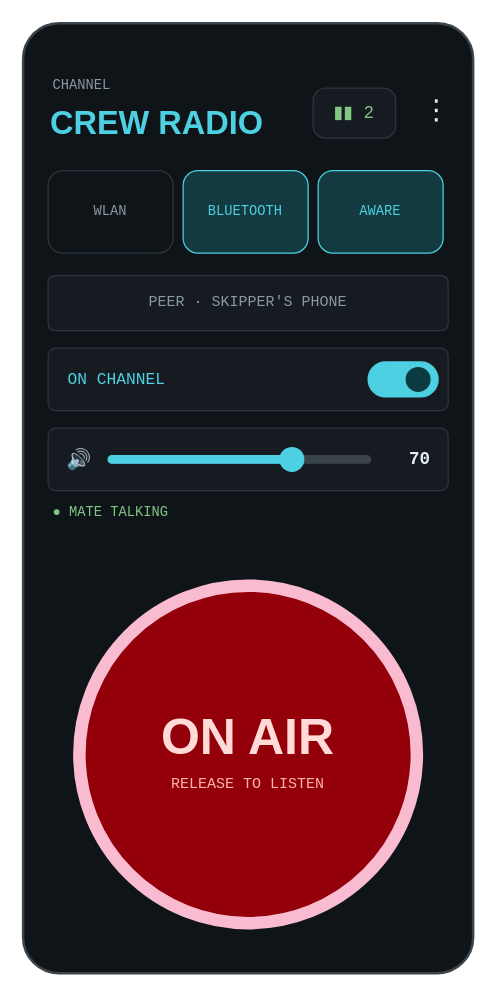
This is docs/diagrams/screen-on-air.drawio from KEGustafsson/android-push-to-talk, a draw.io file, before an edit. Source tidied: cells renumbered, new cells numbered last; positions are measured from the earlier drawing's top-left corner, leaving out a move shared by most shapes. Both pictures are drawn from the tidied source at 125%, with x=0, y=0 at pixel (22, 22).
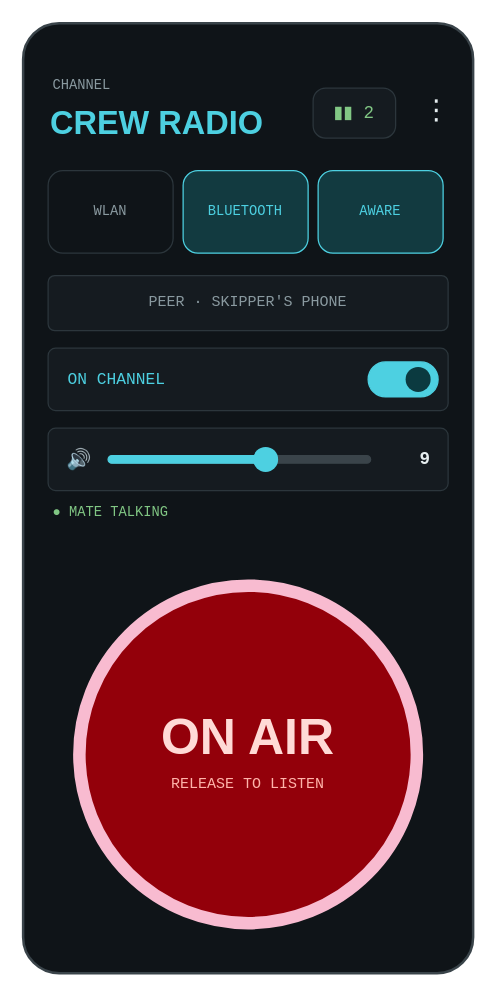
The same page after the edit.

Diff of the diagram source:
```diff
@@
     <mxCell id="18" style="rounded=1;arcSize=50;whiteSpace=wrap;html=1;fillColor=#4DD0E1;strokeColor=#4DD0E1;strokeWidth=1;fontSize=12;fontColor=#E6EEF0;fontFamily=Courier New;" parent="1" vertex="1">
-      <mxGeometry x="68" y="346" width="147" height="6" as="geometry" />
+      <mxGeometry x="68" y="346" width="126" height="6" as="geometry" />
     </mxCell>
     <mxCell id="19" style="ellipse;whiteSpace=wrap;html=1;fillColor=#4DD0E1;strokeColor=none;" parent="1" vertex="1">
-      <mxGeometry x="205" y="339" width="20" height="20" as="geometry" />
+      <mxGeometry x="184" y="339" width="20" height="20" as="geometry" />
     </mxCell>
-    <mxCell id="20" value="70" style="text;html=1;whiteSpace=wrap;align=right;verticalAlign=middle;fontSize=14;fontColor=#E6EEF0;fontFamily=Courier New;fontStyle=1;spacing=0;" parent="1" vertex="1">
+    <mxCell id="20" value="9" style="text;html=1;whiteSpace=wrap;align=right;verticalAlign=middle;fontSize=14;fontColor=#E6EEF0;fontFamily=Courier New;fontStyle=1;spacing=0;" parent="1" vertex="1">
       <mxGeometry x="286" y="336" width="40" height="26" as="geometry" />
     </mxCell>
```
